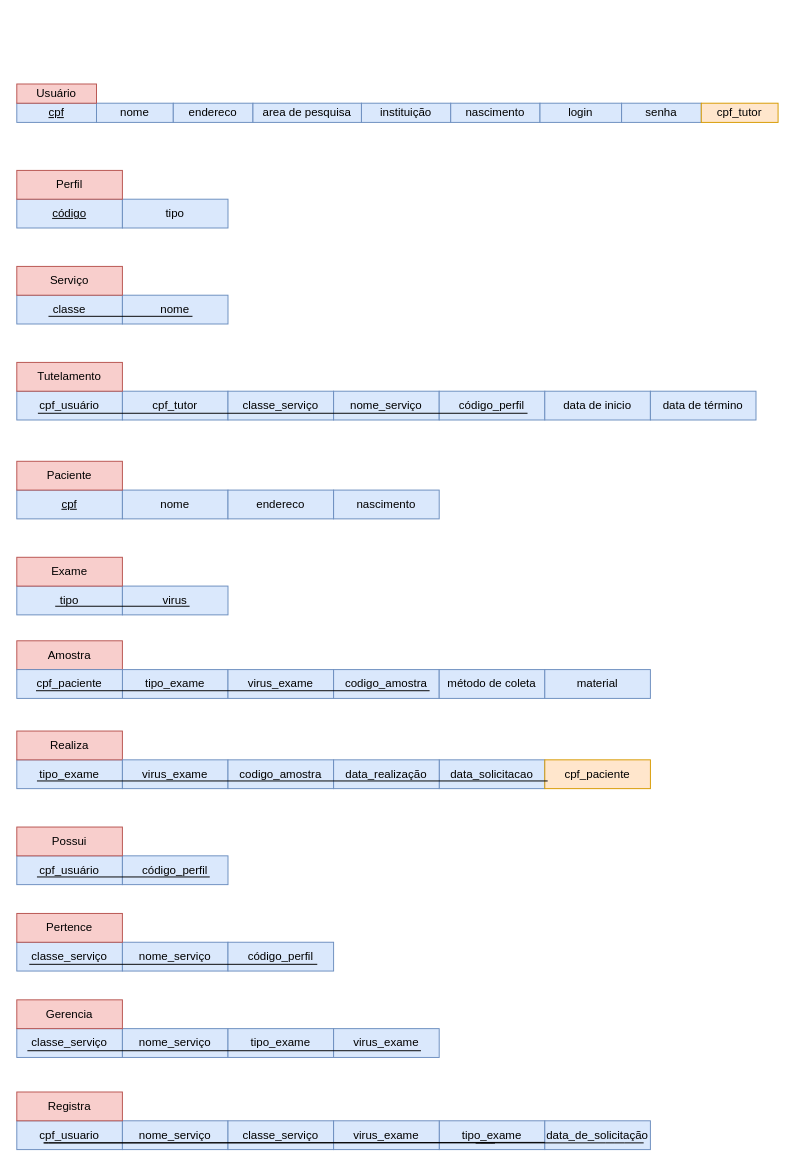
Before: page "Lógico" (2 of 2) of model/modelo.drawio in rodorgas/labjef, a draw.io diagram. Source tidied: cells renumbered, new cells numbered last; positions are measured from the earlier drawing's top-left corner, leaving out a move shared by most shapes. Both pictures are drawn from the tidied source at 96%, with x=0, y=0 at pixel (16, 84).
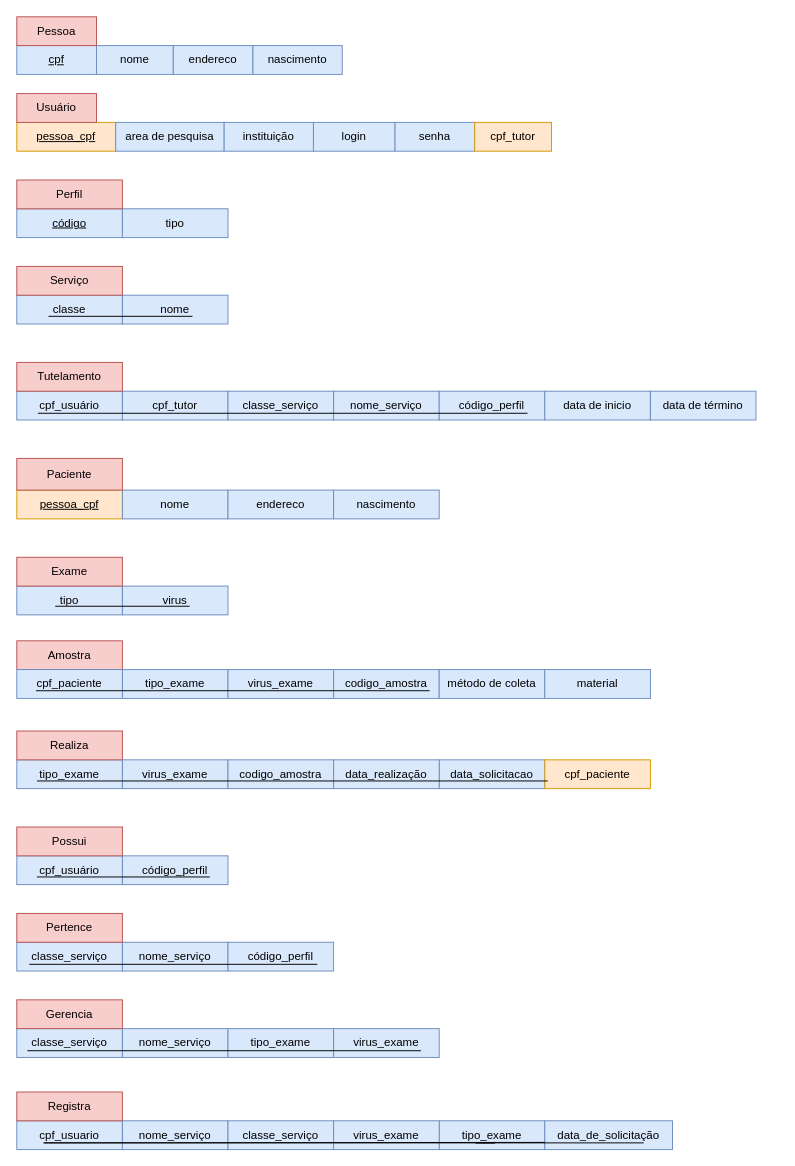
The same page after the edit.

The edit, as a diff of the source:
```diff
@@
-    <mxCell id="4" value="&lt;u&gt;cpf&lt;/u&gt;" style="rounded=0;whiteSpace=wrap;html=1;fillColor=#dae8fc;strokeColor=#6c8ebf;" parent="1" vertex="1">
-      <mxGeometry y="20" width="83" height="20" as="geometry" />
+    <mxCell id="4" value="&lt;u&gt;pessoa_cpf&lt;/u&gt;" style="rounded=0;whiteSpace=wrap;html=1;fillColor=#ffe6cc;strokeColor=#d79b00;" parent="1" vertex="1">
+      <mxGeometry y="40" width="103" height="30" as="geometry" />
     </mxCell>
-    <mxCell id="5" value="nome" style="rounded=0;whiteSpace=wrap;html=1;fillColor=#dae8fc;strokeColor=#6c8ebf;" parent="1" vertex="1">
-      <mxGeometry x="83" y="20" width="80" height="20" as="geometry" />
-    </mxCell>
     <mxCell id="6" value="Usuário" style="rounded=0;whiteSpace=wrap;html=1;fillColor=#f8cecc;strokeColor=#b85450;" parent="1" vertex="1">
-      <mxGeometry width="83" height="20" as="geometry" />
+      <mxGeometry y="10" width="83" height="30" as="geometry" />
     </mxCell>
-    <mxCell id="7" value="endereco" style="rounded=0;whiteSpace=wrap;html=1;fillColor=#dae8fc;strokeColor=#6c8ebf;" parent="1" vertex="1">
-      <mxGeometry x="163" y="20" width="83" height="20" as="geometry" />
-    </mxCell>
     <mxCell id="8" value="area de pesquisa" style="rounded=0;whiteSpace=wrap;html=1;fillColor=#dae8fc;strokeColor=#6c8ebf;" parent="1" vertex="1">
-      <mxGeometry x="246" y="20" width="113" height="20" as="geometry" />
+      <mxGeometry x="103" y="40" width="113" height="30" as="geometry" />
     </mxCell>
     <mxCell id="9" value="instituição" style="rounded=0;whiteSpace=wrap;html=1;fillColor=#dae8fc;strokeColor=#6c8ebf;" parent="1" vertex="1">
-      <mxGeometry x="359" y="20" width="93" height="20" as="geometry" />
+      <mxGeometry x="216" y="40" width="93" height="30" as="geometry" />
     </mxCell>
-    <mxCell id="10" value="nascimento" style="rounded=0;whiteSpace=wrap;html=1;fillColor=#dae8fc;strokeColor=#6c8ebf;" parent="1" vertex="1">
-      <mxGeometry x="452" y="20" width="93" height="20" as="geometry" />
-    </mxCell>
     <mxCell id="11" value="login" style="rounded=0;whiteSpace=wrap;html=1;fillColor=#dae8fc;strokeColor=#6c8ebf;" parent="1" vertex="1">
-      <mxGeometry x="545" y="20" width="85" height="20" as="geometry" />
+      <mxGeometry x="309" y="40" width="85" height="30" as="geometry" />
     </mxCell>
     <mxCell id="12" value="senha" style="rounded=0;whiteSpace=wrap;html=1;fillColor=#dae8fc;strokeColor=#6c8ebf;" parent="1" vertex="1">
-      <mxGeometry x="630" y="20" width="83" height="20" as="geometry" />
+      <mxGeometry x="394" y="40" width="83" height="30" as="geometry" />
     </mxCell>
     <mxCell id="13" value="&lt;u&gt;código&lt;/u&gt;" style="rounded=0;whiteSpace=wrap;html=1;fillColor=#dae8fc;strokeColor=#6c8ebf;" parent="1" vertex="1">
-      <mxGeometry y="120" width="110" height="30" as="geometry" />
+      <mxGeometry y="130" width="110" height="30" as="geometry" />
     </mxCell>
     <mxCell id="14" value="tipo" style="rounded=0;whiteSpace=wrap;html=1;fillColor=#dae8fc;strokeColor=#6c8ebf;" parent="1" vertex="1">
-      <mxGeometry x="110" y="120" width="110" height="30" as="geometry" />
+      <mxGeometry x="110" y="130" width="110" height="30" as="geometry" />
     </mxCell>
     <mxCell id="15" value="Perfil" style="rounded=0;whiteSpace=wrap;html=1;fillColor=#f8cecc;strokeColor=#b85450;" parent="1" vertex="1">
-      <mxGeometry y="90" width="110" height="30" as="geometry" />
+      <mxGeometry y="100" width="110" height="30" as="geometry" />
     </mxCell>
@@
-    <mxCell id="19" value="&lt;u&gt;cpf&lt;/u&gt;" style="rounded=0;whiteSpace=wrap;html=1;fillColor=#dae8fc;strokeColor=#6c8ebf;" parent="1" vertex="1">
+    <mxCell id="19" value="&lt;u&gt;pessoa_cpf&lt;/u&gt;" style="rounded=0;whiteSpace=wrap;html=1;fillColor=#ffe6cc;strokeColor=#d79b00;" parent="1" vertex="1">
       <mxGeometry y="423" width="110" height="30" as="geometry" />
     </mxCell>
@@
     <mxCell id="21" value="Paciente" style="rounded=0;whiteSpace=wrap;html=1;fillColor=#f8cecc;strokeColor=#b85450;" parent="1" vertex="1">
-      <mxGeometry y="393" width="110" height="30" as="geometry" />
+      <mxGeometry y="390" width="110" height="33" as="geometry" />
     </mxCell>
@@
     <mxCell id="31" value="cpf_tutor" style="rounded=0;whiteSpace=wrap;html=1;fillColor=#ffe6cc;strokeColor=#d79b00;" parent="1" vertex="1">
-      <mxGeometry x="713" y="20" width="80" height="20" as="geometry" />
+      <mxGeometry x="477" y="40" width="80" height="30" as="geometry" />
     </mxCell>
@@
     <mxCell id="74" value="data_de_solicitação" style="rounded=0;whiteSpace=wrap;html=1;fillColor=#dae8fc;strokeColor=#6c8ebf;" parent="1" vertex="1">
-      <mxGeometry x="550" y="1080" width="110" height="30" as="geometry" />
+      <mxGeometry x="550" y="1080" width="133" height="30" as="geometry" />
     </mxCell>
@@
+    <mxCell id="76" value="&lt;u&gt;cpf&lt;/u&gt;" style="rounded=0;whiteSpace=wrap;html=1;fillColor=#dae8fc;strokeColor=#6c8ebf;" parent="1" vertex="1">
+      <mxGeometry y="-40" width="83" height="30" as="geometry" />
+    </mxCell>
+    <mxCell id="5" value="nome" style="rounded=0;whiteSpace=wrap;html=1;fillColor=#dae8fc;strokeColor=#6c8ebf;" parent="1" vertex="1">
+      <mxGeometry x="83" y="-40" width="80" height="30" as="geometry" />
+    </mxCell>
+    <mxCell id="77" value="Pessoa" style="rounded=0;whiteSpace=wrap;html=1;fillColor=#f8cecc;strokeColor=#b85450;" parent="1" vertex="1">
+      <mxGeometry y="-70" width="83" height="30" as="geometry" />
+    </mxCell>
+    <mxCell id="7" value="endereco" style="rounded=0;whiteSpace=wrap;html=1;fillColor=#dae8fc;strokeColor=#6c8ebf;" parent="1" vertex="1">
+      <mxGeometry x="163" y="-40" width="83" height="30" as="geometry" />
+    </mxCell>
+    <mxCell id="10" value="nascimento" style="rounded=0;whiteSpace=wrap;html=1;fillColor=#dae8fc;strokeColor=#6c8ebf;" parent="1" vertex="1">
+      <mxGeometry x="246" y="-40" width="93" height="30" as="geometry" />
+    </mxCell>
```
